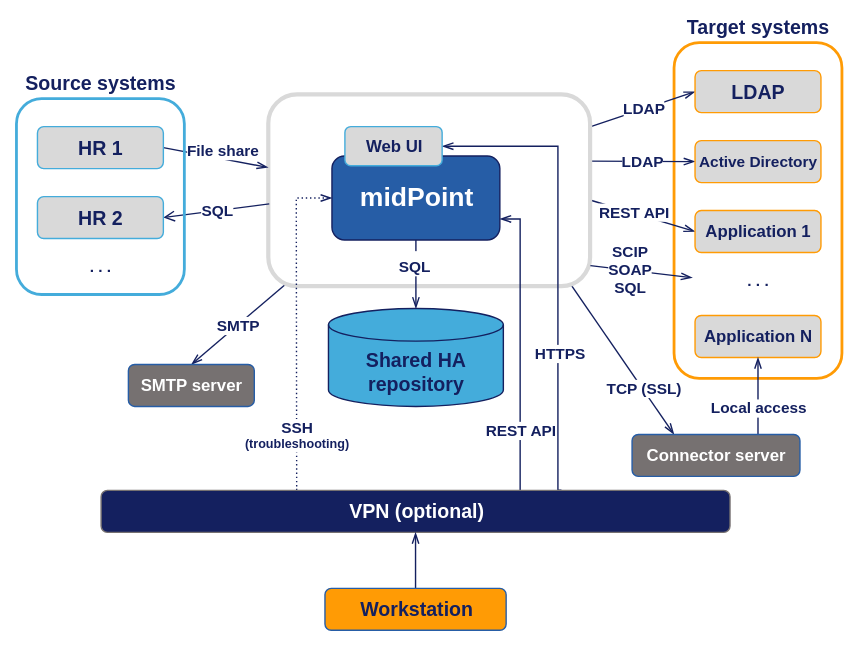
Above: midpoint/install/system-requirements/midpoint-environment-schema-basic.svg in Evolveum/docs (draw.io), before the change. Source tidied: cells renumbered, new cells last; positions are measured from the earlier drawing's top-left corner, leaving out a move shared by most shapes.
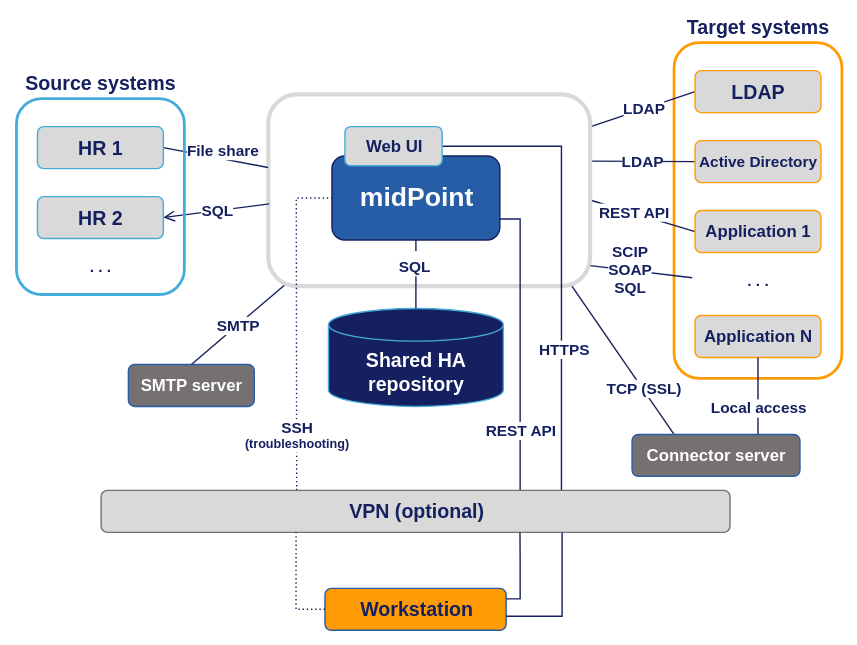
After the commit.

Commit message:
Update diagrams based on review discussion

- get rid of arrows because the communication is in fact always bidirectional
- change colors a bit to make VPN less prominent

The edit, as a diff of the source:
```diff
@@ -5,39 +5,38 @@
     <mxCell id="2" value="Target systems" style="rounded=1;whiteSpace=wrap;html=1;fillColor=none;fontSize=14;fontStyle=1;fontColor=#14205F;strokeColor=#FF9B05;strokeWidth=2;labelPosition=center;verticalLabelPosition=top;align=center;verticalAlign=bottom;" parent="1" vertex="1">
       <mxGeometry x="470" width="120" height="240" as="geometry" />
     </mxCell>
-    <mxCell id="3" value="&lt;div&gt;TCP (SSL)&lt;/div&gt;" style="rounded=0;html=1;exitX=0.943;exitY=0.999;exitDx=0;exitDy=0;entryX=0.25;entryY=0;entryDx=0;entryDy=0;endArrow=openThin;strokeColor=#14205F;fontColor=#14205F;fontStyle=1;exitPerimeter=0;" parent="1" edge="1" source="8" target="24">
+    <mxCell id="3" value="&lt;div&gt;TCP (SSL)&lt;/div&gt;" style="rounded=0;html=1;exitX=0.943;exitY=0.999;exitDx=0;exitDy=0;entryX=0.25;entryY=0;entryDx=0;entryDy=0;endArrow=none;strokeColor=#14205F;fontColor=#14205F;fontStyle=1;exitPerimeter=0;endFill=0;" parent="1" edge="1" source="8" target="24">
       <mxGeometry x="0.39" y="1" relative="1" as="geometry" />
     </mxCell>
-    <mxCell id="4" value="SMTP" style="rounded=0;html=1;exitX=0.051;exitY=0.994;exitDx=0;exitDy=0;entryX=0.5;entryY=0;entryDx=0;entryDy=0;endArrow=openThin;exitPerimeter=0;strokeColor=#14205F;fontColor=#14205F;fontStyle=1;" parent="1" edge="1" source="8" target="22">
+    <mxCell id="4" value="SMTP" style="rounded=0;html=1;exitX=0.051;exitY=0.994;exitDx=0;exitDy=0;entryX=0.5;entryY=0;entryDx=0;entryDy=0;endArrow=none;exitPerimeter=0;strokeColor=#14205F;fontColor=#14205F;fontStyle=1;endFill=0;" parent="1" edge="1" source="8" target="22">
       <mxGeometry relative="1" as="geometry" />
     </mxCell>
-    <mxCell id="5" value="LDAP" style="rounded=0;html=1;exitX=1.002;exitY=0.168;exitDx=0;exitDy=0;entryX=0;entryY=0.5;entryDx=0;entryDy=0;endArrow=openThin;strokeColor=#14205F;fontStyle=1;fontColor=#14205F;exitPerimeter=0;" parent="1" edge="1" source="8" target="17">
+    <mxCell id="5" value="LDAP" style="rounded=0;html=1;exitX=1.002;exitY=0.168;exitDx=0;exitDy=0;entryX=0;entryY=0.5;entryDx=0;entryDy=0;endArrow=none;strokeColor=#14205F;fontStyle=1;fontColor=#14205F;exitPerimeter=0;endFill=0;" parent="1" edge="1" source="8" target="17">
       <mxGeometry relative="1" as="geometry" />
     </mxCell>
-    <mxCell id="6" value="LDAP" style="rounded=0;html=1;exitX=0.999;exitY=0.348;exitDx=0;exitDy=0;entryX=0;entryY=0.5;entryDx=0;entryDy=0;endArrow=openThin;strokeColor=#14205F;fontStyle=1;fontColor=#14205F;exitPerimeter=0;" parent="1" edge="1" source="8" target="18">
+    <mxCell id="6" value="LDAP" style="rounded=0;html=1;exitX=0.999;exitY=0.348;exitDx=0;exitDy=0;entryX=0;entryY=0.5;entryDx=0;entryDy=0;endArrow=none;strokeColor=#14205F;fontStyle=1;fontColor=#14205F;exitPerimeter=0;endFill=0;" parent="1" edge="1" source="8" target="18">
       <mxGeometry relative="1" as="geometry" />
     </mxCell>
-    <mxCell id="7" value="REST API" style="rounded=0;html=1;exitX=1.002;exitY=0.552;exitDx=0;exitDy=0;entryX=0;entryY=0.5;entryDx=0;entryDy=0;endArrow=openThin;strokeColor=#14205F;fontStyle=1;fontColor=#14205F;exitPerimeter=0;" parent="1" edge="1" source="8" target="19">
+    <mxCell id="7" value="REST API" style="rounded=0;html=1;exitX=1.002;exitY=0.552;exitDx=0;exitDy=0;entryX=0;entryY=0.5;entryDx=0;entryDy=0;endArrow=none;strokeColor=#14205F;fontStyle=1;fontColor=#14205F;exitPerimeter=0;endFill=0;" parent="1" edge="1" source="8" target="19">
       <mxGeometry x="-0.18" y="1" relative="1" as="geometry" />
     </mxCell>
     <mxCell id="8" style="rounded=1;whiteSpace=wrap;html=1;fillColor=none;strokeWidth=3;strokeColor=#D9D9D9;" parent="1" vertex="1">
       <mxGeometry x="180" y="37" width="230" height="137" as="geometry" />
     </mxCell>
-    <mxCell id="9" value="&lt;div&gt;Shared HA repository&lt;br&gt;&lt;/div&gt;" style="strokeWidth=1;html=1;shape=mxgraph.flowchart.database;whiteSpace=wrap;fillColor=#44ACDB;fontStyle=1;spacingBottom=-20;strokeColor=#14205F;fontColor=#14205F;fontSize=14;" parent="1" vertex="1">
+    <mxCell id="9" value="&lt;div&gt;Shared HA repository&lt;br&gt;&lt;/div&gt;" style="strokeWidth=1;html=1;shape=mxgraph.flowchart.database;whiteSpace=wrap;fillColor=#14205F;fontStyle=1;spacingBottom=-20;strokeColor=#44ACDB;fontColor=#FFFFFF;fontSize=14;" parent="1" vertex="1">
       <mxGeometry x="223" y="190" width="125" height="70" as="geometry" />
     </mxCell>
-    <mxCell id="10" style="rounded=0;html=1;exitX=0.5;exitY=1;exitDx=0;exitDy=0;entryX=0.5;entryY=0;entryDx=0;entryDy=0;entryPerimeter=0;endArrow=openThin;strokeColor=#14205F;" parent="1" edge="1" source="35" target="9">
+    <mxCell id="10" style="rounded=0;html=1;exitX=0.5;exitY=1;exitDx=0;exitDy=0;entryX=0.5;entryY=0;entryDx=0;entryDy=0;entryPerimeter=0;endArrow=none;strokeColor=#14205F;endFill=0;" parent="1" edge="1" source="35" target="9">
       <mxGeometry relative="1" as="geometry" />
     </mxCell>
-    <mxCell id="11" value="HTTPS" style="edgeStyle=orthogonalEdgeStyle;curved=0;rounded=0;html=1;exitX=0.732;exitY=-0.007;exitDx=0;exitDy=0;entryX=1;entryY=0.5;entryDx=0;entryDy=0;endArrow=openThin;strokeColor=#14205F;fontStyle=1;fontColor=#14205F;exitPerimeter=0;" parent="1" edge="1" source="14" target="36">
+    <mxCell id="11" value="HTTPS" style="edgeStyle=orthogonalEdgeStyle;curved=0;rounded=0;html=1;exitX=0.732;exitY=-0.007;exitDx=0;exitDy=0;entryX=1;entryY=0.5;entryDx=0;entryDy=0;endArrow=none;strokeColor=#14205F;fontStyle=1;fontColor=#14205F;exitPerimeter=0;endFill=0;" parent="1" edge="1" source="14" target="36">
       <mxGeometry x="-0.39" y="-1" relative="1" as="geometry">
         <Array as="points">
-          <mxPoint x="387" y="320" />
-          <mxPoint x="387" y="74" />
+          <mxPoint x="390" y="74" />
         </Array>
       </mxGeometry>
     </mxCell>
-    <mxCell id="12" value="REST API" style="edgeStyle=orthogonalEdgeStyle;curved=0;rounded=0;html=1;exitX=0.669;exitY=0.054;exitDx=0;exitDy=0;entryX=1;entryY=0.75;entryDx=0;entryDy=0;endArrow=openThin;strokeColor=#14205F;exitPerimeter=0;fontStyle=1;fontColor=#14205F;" parent="1" edge="1" source="14" target="35">
+    <mxCell id="12" value="REST API" style="edgeStyle=orthogonalEdgeStyle;curved=0;rounded=0;html=1;exitX=0.669;exitY=0.054;exitDx=0;exitDy=0;entryX=1;entryY=0.75;entryDx=0;entryDy=0;endArrow=none;strokeColor=#14205F;exitPerimeter=0;fontStyle=1;fontColor=#14205F;endFill=0;" parent="1" edge="1" source="14" target="35">
       <mxGeometry x="-0.56" relative="1" as="geometry">
         <Array as="points">
           <mxPoint x="360" y="322" />
@@ -45,7 +44,7 @@
         </Array>
       </mxGeometry>
     </mxCell>
-    <mxCell id="13" value="&lt;div&gt;&lt;font style=&quot;font-size: 11px;&quot;&gt;SSH&lt;/font&gt;&lt;/div&gt;&lt;div&gt;(troubleshooting)&lt;/div&gt;" style="edgeStyle=orthogonalEdgeStyle;curved=0;rounded=0;html=1;exitX=0.311;exitY=-0.04;exitDx=0;exitDy=0;entryX=0;entryY=0.5;entryDx=0;entryDy=0;endArrow=openThin;exitPerimeter=0;strokeColor=#14205F;fontStyle=1;fontColor=#14205F;dashed=1;dashPattern=1 2;fontSize=9;" parent="1" edge="1" source="14" target="35">
+    <mxCell id="13" value="&lt;div&gt;&lt;font style=&quot;font-size: 11px;&quot;&gt;SSH&lt;/font&gt;&lt;/div&gt;&lt;div&gt;(troubleshooting)&lt;/div&gt;" style="edgeStyle=orthogonalEdgeStyle;curved=0;rounded=0;html=1;exitX=0.311;exitY=-0.04;exitDx=0;exitDy=0;entryX=0;entryY=0.5;entryDx=0;entryDy=0;endArrow=none;exitPerimeter=0;strokeColor=#14205F;fontStyle=1;fontColor=#14205F;dashed=1;dashPattern=1 2;fontSize=9;endFill=0;" parent="1" edge="1" source="14" target="35">
       <mxGeometry x="-0.64" relative="1" as="geometry">
         <Array as="points">
           <mxPoint x="200" y="321" />
@@ -53,10 +52,10 @@
         </Array>
       </mxGeometry>
     </mxCell>
-    <mxCell id="14" value="VPN (optional)" style="rounded=1;whiteSpace=wrap;html=1;fillColor=light-dark(#14205F,#265DA6);fontSize=14;fontStyle=1;fontColor=#FFFFFF;strokeColor=#767171;" parent="1" vertex="1">
+    <mxCell id="14" value="VPN (optional)" style="rounded=1;whiteSpace=wrap;html=1;fillColor=light-dark(#D9D9D9,#265DA6);fontSize=14;fontStyle=1;fontColor=#14205F;strokeColor=#767171;" parent="1" vertex="1">
       <mxGeometry x="60.5" y="320" width="449.5" height="30" as="geometry" />
     </mxCell>
-    <mxCell id="15" value="File share" style="rounded=0;html=1;exitX=1;exitY=0.5;exitDx=0;exitDy=0;entryX=-0.001;entryY=0.381;entryDx=0;entryDy=0;endArrow=openThin;strokeColor=#14205F;fontStyle=1;fontColor=#14205F;entryPerimeter=0;" parent="1" edge="1" source="29" target="8">
+    <mxCell id="15" value="File share" style="rounded=0;html=1;exitX=1;exitY=0.5;exitDx=0;exitDy=0;entryX=-0.001;entryY=0.381;entryDx=0;entryDy=0;endArrow=none;strokeColor=#14205F;fontStyle=1;fontColor=#14205F;entryPerimeter=0;endFill=0;" parent="1" edge="1" source="29" target="8">
       <mxGeometry x="0.09" y="6" relative="1" as="geometry" />
     </mxCell>
     <mxCell id="16" value="SQL" style="rounded=0;html=1;exitX=1;exitY=0.5;exitDx=0;exitDy=0;entryX=0.003;entryY=0.571;entryDx=0;entryDy=0;entryPerimeter=0;endArrow=none;startArrow=open;startFill=0;strokeColor=#14205F;fontStyle=1;fontColor=#14205F;endFill=0;" parent="1" edge="1" source="30" target="8">
@@ -80,20 +79,17 @@
     <mxCell id="22" value="SMTP server" style="rounded=1;whiteSpace=wrap;html=1;fillColor=light-dark(#767171,#265DA6);fontSize=12;fontStyle=1;fontColor=#FFFFFF;strokeColor=#265DA6;strokeWidth=1;" parent="1" vertex="1">
       <mxGeometry x="80" y="230" width="90" height="30" as="geometry" />
     </mxCell>
-    <mxCell id="23" value="Local access" style="rounded=0;html=1;exitX=0.75;exitY=0;exitDx=0;exitDy=0;entryX=0.5;entryY=1;entryDx=0;entryDy=0;endArrow=openThin;strokeColor=#14205F;fontColor=#14205F;fontStyle=1;" parent="1" edge="1" source="24" target="21">
+    <mxCell id="23" value="Local access" style="rounded=0;html=1;exitX=0.75;exitY=0;exitDx=0;exitDy=0;entryX=0.5;entryY=1;entryDx=0;entryDy=0;endArrow=none;strokeColor=#14205F;fontColor=#14205F;fontStyle=1;endFill=0;" parent="1" edge="1" source="24" target="21">
       <mxGeometry x="-0.33" relative="1" as="geometry" />
     </mxCell>
     <mxCell id="24" value="Connector server" style="rounded=1;whiteSpace=wrap;html=1;fillColor=light-dark(#767171,#265DA6);fontSize=12;fontStyle=1;fontColor=#FFFFFF;strokeColor=#265DA6;strokeWidth=1;" parent="1" vertex="1">
       <mxGeometry x="440" y="280" width="120" height="30" as="geometry" />
     </mxCell>
-    <mxCell id="25" value="&lt;div&gt;SCIP&lt;/div&gt;&lt;div&gt;SOAP&lt;/div&gt;&lt;div&gt;SQL&lt;br&gt;&lt;/div&gt;" style="rounded=0;html=1;exitX=1.001;exitY=0.893;exitDx=0;exitDy=0;endArrow=openThin;strokeColor=#14205F;fontStyle=1;fontColor=#14205F;exitPerimeter=0;" parent="1" edge="1" source="8">
+    <mxCell id="25" value="&lt;div&gt;SCIP&lt;/div&gt;&lt;div&gt;SOAP&lt;/div&gt;&lt;div&gt;SQL&lt;br&gt;&lt;/div&gt;" style="rounded=0;html=1;exitX=1.001;exitY=0.893;exitDx=0;exitDy=0;endArrow=none;strokeColor=#14205F;fontStyle=1;fontColor=#14205F;exitPerimeter=0;endFill=0;" parent="1" edge="1" source="8">
       <mxGeometry x="-0.23" y="1" relative="1" as="geometry">
         <mxPoint x="483" y="168" as="targetPoint" />
       </mxGeometry>
     </mxCell>
-    <mxCell id="26" style="edgeStyle=orthogonalEdgeStyle;curved=0;rounded=0;html=1;entryX=0.5;entryY=1;entryDx=0;entryDy=0;endArrow=openThin;strokeColor=#14205F;" parent="1" edge="1" source="27" target="14">
-      <mxGeometry relative="1" as="geometry" />
-    </mxCell>
     <mxCell id="27" value="Workstation" style="rounded=1;whiteSpace=wrap;html=1;fillColor=light-dark(#FF9B05,#265DA6);fontSize=14;fontStyle=1;fontColor=#14205F;strokeColor=#265DA6;strokeWidth=1;" parent="1" vertex="1">
       <mxGeometry x="220.5" y="390" width="129.5" height="30" as="geometry" />
     </mxCell>
@@ -124,5 +120,20 @@
     <mxCell id="36" value="Web UI" style="rounded=1;whiteSpace=wrap;html=1;fillColor=light-dark(#D9D9D9,#265DA6);fontSize=12;fontStyle=1;fontColor=#14205F;strokeColor=#44ACDB;strokeWidth=1;" parent="34" vertex="1">
       <mxGeometry x="9.2" width="69.5" height="28" as="geometry" />
     </mxCell>
+    <mxCell id="37" style="edgeStyle=orthogonalEdgeStyle;curved=0;rounded=0;html=1;entryX=0.733;entryY=1.006;entryDx=0;entryDy=0;endArrow=none;entryPerimeter=0;endFill=0;strokeColor=#14205F;" parent="1" edge="1" target="14">
+      <mxGeometry relative="1" as="geometry">
+        <mxPoint x="350" y="410" as="sourcePoint" />
+        <Array as="points">
+          <mxPoint x="350" y="410" />
+          <mxPoint x="390" y="410" />
+        </Array>
+      </mxGeometry>
+    </mxCell>
+    <mxCell id="38" style="edgeStyle=orthogonalEdgeStyle;curved=0;rounded=0;html=1;exitX=1;exitY=0.25;exitDx=0;exitDy=0;entryX=0.666;entryY=1;entryDx=0;entryDy=0;entryPerimeter=0;endArrow=none;endFill=0;strokeColor=#14205F;" parent="1" edge="1" source="27" target="14">
+      <mxGeometry relative="1" as="geometry" />
+    </mxCell>
+    <mxCell id="39" style="edgeStyle=orthogonalEdgeStyle;curved=0;rounded=0;html=1;exitX=0;exitY=0.5;exitDx=0;exitDy=0;entryX=0.31;entryY=1;entryDx=0;entryDy=0;entryPerimeter=0;endArrow=none;endFill=0;strokeColor=#14205F;dashed=1;dashPattern=1 2;" parent="1" edge="1" source="27" target="14">
+      <mxGeometry relative="1" as="geometry" />
+    </mxCell>
   </root>
 </mxGraphModel>
```
